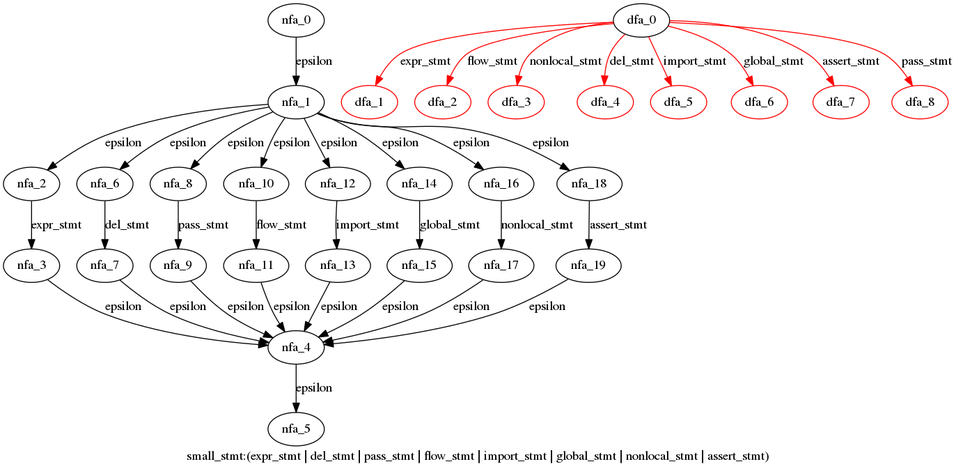
This is cpython/grammar/handwrite/nfa_dfas/15.small_stmt.dot.png from WinChua/blog, a Graphviz export, as it was before one commit. Its source is kept beside it as cpython/grammar/handwrite/nfa_dfas/15.small_stmt.dot. Source of this version:
```dot
digraph small_stmt {
 graph[label="small_stmt:(expr_stmt | del_stmt | pass_stmt | flow_stmt | import_stmt | global_stmt | nonlocal_stmt | assert_stmt)"]
 subgraph small_stmt_nfa {
  nfa_0->nfa_1[label="epsilon"]
  nfa_1->nfa_2[label="epsilon"]
  nfa_2->nfa_3[label="expr_stmt"]
  nfa_3->nfa_4[label="epsilon"]
  nfa_4->nfa_5[label="epsilon"]
  nfa_1->nfa_6[label="epsilon"]
  nfa_6->nfa_7[label="del_stmt"]
  nfa_7->nfa_4[label="epsilon"]
  nfa_1->nfa_8[label="epsilon"]
  nfa_8->nfa_9[label="pass_stmt"]
  nfa_9->nfa_4[label="epsilon"]
  nfa_1->nfa_10[label="epsilon"]
  nfa_10->nfa_11[label="flow_stmt"]
  nfa_11->nfa_4[label="epsilon"]
  nfa_1->nfa_12[label="epsilon"]
  nfa_12->nfa_13[label="import_stmt"]
  nfa_13->nfa_4[label="epsilon"]
  nfa_1->nfa_14[label="epsilon"]
  nfa_14->nfa_15[label="global_stmt"]
  nfa_15->nfa_4[label="epsilon"]
  nfa_1->nfa_16[label="epsilon"]
  nfa_16->nfa_17[label="nonlocal_stmt"]
  nfa_17->nfa_4[label="epsilon"]
  nfa_1->nfa_18[label="epsilon"]
  nfa_18->nfa_19[label="assert_stmt"]
  nfa_19->nfa_4[label="epsilon"]
  }
 subgraph small_stmt_dfa {
  dfa_0->dfa_1[label="expr_stmt",color=red]
  dfa_0->dfa_2[label="flow_stmt",color=red]
  dfa_0->dfa_3[label="nonlocal_stmt",color=red]
  dfa_0->dfa_4[label="del_stmt",color=red]
  dfa_0->dfa_5[label="import_stmt",color=red]
  dfa_0->dfa_6[label="global_stmt",color=red]
  dfa_0->dfa_7[label="assert_stmt",color=red]
  dfa_0->dfa_8[label="pass_stmt",color=red]
  dfa_1[color=red]
  dfa_2[color=red]
  dfa_3[color=red]
  dfa_4[color=red]
  dfa_5[color=red]
  dfa_6[color=red]
  dfa_7[color=red]
  dfa_8[color=red]
  }
}
```
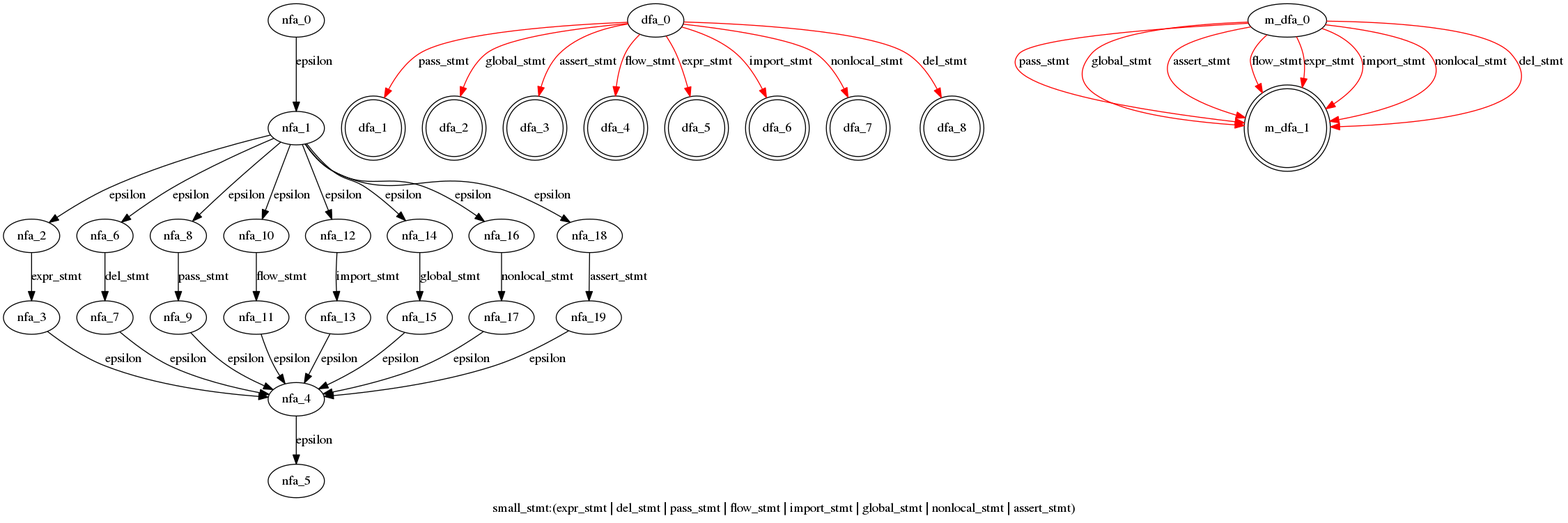
The same file after the commit.

Change to the diagram source:
```diff
@@ -29,21 +29,32 @@
   nfa_19->nfa_4[label="epsilon"]
   }
  subgraph small_stmt_dfa {
-  dfa_0->dfa_1[label="expr_stmt",color=red]
-  dfa_0->dfa_2[label="flow_stmt",color=red]
-  dfa_0->dfa_3[label="nonlocal_stmt",color=red]
-  dfa_0->dfa_4[label="del_stmt",color=red]
-  dfa_0->dfa_5[label="import_stmt",color=red]
-  dfa_0->dfa_6[label="global_stmt",color=red]
-  dfa_0->dfa_7[label="assert_stmt",color=red]
-  dfa_0->dfa_8[label="pass_stmt",color=red]
-  dfa_1[color=red]
-  dfa_2[color=red]
-  dfa_3[color=red]
-  dfa_4[color=red]
-  dfa_5[color=red]
-  dfa_6[color=red]
-  dfa_7[color=red]
-  dfa_8[color=red]
+  dfa_0->dfa_1[label="pass_stmt",color=red]
+  dfa_0->dfa_2[label="global_stmt",color=red]
+  dfa_0->dfa_3[label="assert_stmt",color=red]
+  dfa_0->dfa_4[label="flow_stmt",color=red]
+  dfa_0->dfa_5[label="expr_stmt",color=red]
+  dfa_0->dfa_6[label="import_stmt",color=red]
+  dfa_0->dfa_7[label="nonlocal_stmt",color=red]
+  dfa_0->dfa_8[label="del_stmt",color=red]
+  dfa_1[shape=doublecircle]
+  dfa_2[shape=doublecircle]
+  dfa_3[shape=doublecircle]
+  dfa_4[shape=doublecircle]
+  dfa_5[shape=doublecircle]
+  dfa_6[shape=doublecircle]
+  dfa_7[shape=doublecircle]
+  dfa_8[shape=doublecircle]
+  }
+ subgraph small_stmt_m_dfa {
+  m_dfa_0->m_dfa_1[label="pass_stmt",color=red]
+  m_dfa_0->m_dfa_1[label="global_stmt",color=red]
+  m_dfa_0->m_dfa_1[label="assert_stmt",color=red]
+  m_dfa_0->m_dfa_1[label="flow_stmt",color=red]
+  m_dfa_0->m_dfa_1[label="expr_stmt",color=red]
+  m_dfa_0->m_dfa_1[label="import_stmt",color=red]
+  m_dfa_0->m_dfa_1[label="nonlocal_stmt",color=red]
+  m_dfa_0->m_dfa_1[label="del_stmt",color=red]
+  m_dfa_1[shape=doublecircle]
   }
 }
```
